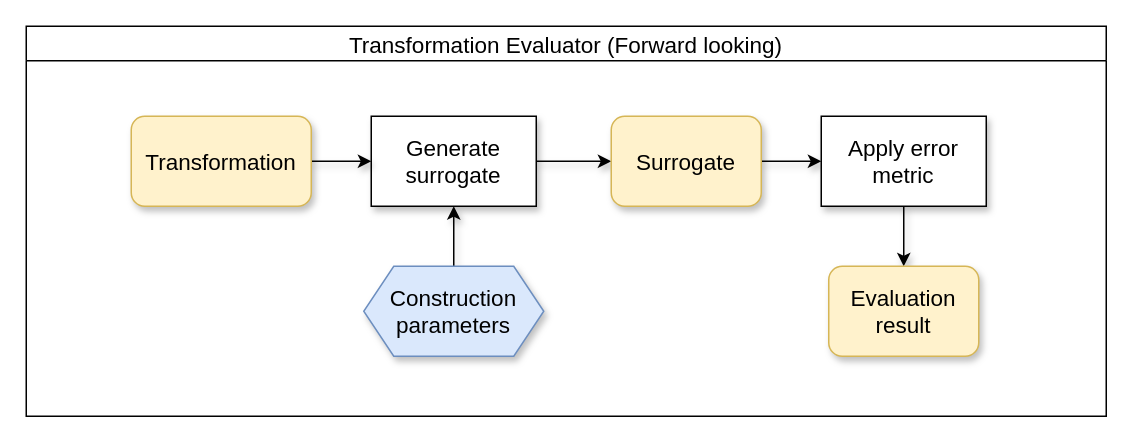
Above: graphics/TransformationEval.drawio in crschnick/Master-Thesis (draw.io), before the change. Source tidied: cells renumbered, new cells numbered last; positions are measured from the earlier drawing's top-left corner, leaving out a move shared by most shapes. Both pictures are drawn from the tidied source at 150%, with x=0, y=0 at pixel (26, 26).
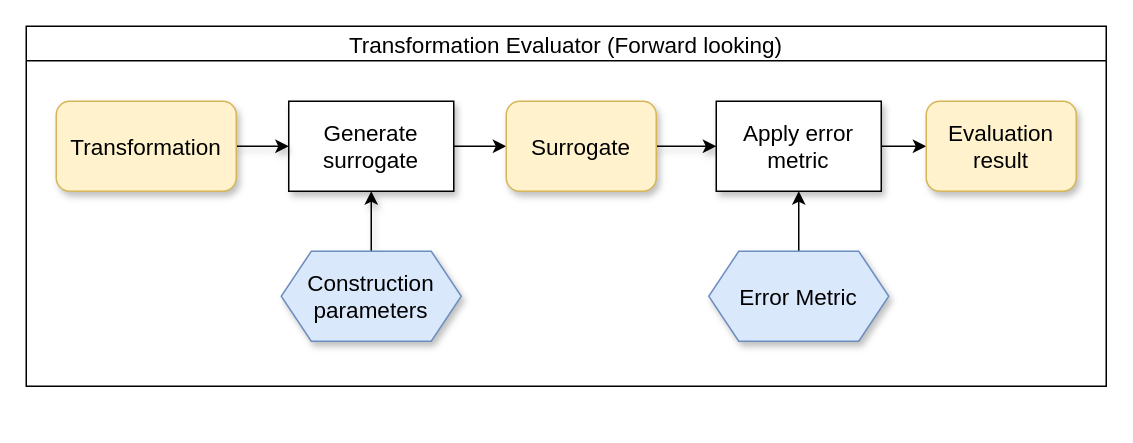
Above is the later version.

Diff of the diagram source:
```diff
@@
 <mxGraphModel>
   <root>
     <mxCell id="0" />
     <mxCell id="1" parent="0" />
     <mxCell id="2" value="Transformation Evaluator (Forward looking)" style="swimlane;sketch=0;startSize=23;fontSize=15;fontStyle=0;" parent="1" vertex="1">
-      <mxGeometry width="720" height="260" as="geometry" />
+      <mxGeometry width="720" height="240" as="geometry" />
     </mxCell>
-    <mxCell id="3" style="edgeStyle=orthogonalEdgeStyle;rounded=0;jettySize=auto;html=1;entryX=0;entryY=0.5;entryDx=0;entryDy=0;fontSize=15;shadow=1;" parent="2" edge="1" source="4" target="8">
+    <mxCell id="3" style="edgeStyle=orthogonalEdgeStyle;rounded=0;jettySize=auto;html=1;entryX=0;entryY=0.5;entryDx=0;entryDy=0;" parent="2" edge="1" source="4" target="8">
       <mxGeometry relative="1" as="geometry" />
     </mxCell>
     <mxCell id="4" value="Generate surrogate" style="rounded=0;whiteSpace=wrap;html=1;sketch=0;fontSize=15;shadow=1;" parent="2" vertex="1">
-      <mxGeometry x="230" y="60" width="110" height="60" as="geometry" />
+      <mxGeometry x="175" y="50" width="110" height="60" as="geometry" />
     </mxCell>
     <mxCell id="5" style="edgeStyle=orthogonalEdgeStyle;rounded=0;jettySize=auto;html=1;entryX=0;entryY=0.5;entryDx=0;entryDy=0;fontSize=15;shadow=1;" parent="2" edge="1" source="6" target="4">
       <mxGeometry relative="1" as="geometry" />
     </mxCell>
     <mxCell id="6" value="&lt;font style=&quot;font-size: 15px;&quot;&gt;Transformation&lt;/font&gt;" style="rounded=1;whiteSpace=wrap;html=1;sketch=0;fontSize=15;fillColor=#fff2cc;strokeColor=#d6b656;shadow=1;" parent="2" vertex="1">
-      <mxGeometry x="70" y="60" width="120" height="60" as="geometry" />
+      <mxGeometry x="20" y="50" width="120" height="60" as="geometry" />
     </mxCell>
     <mxCell id="7" style="edgeStyle=orthogonalEdgeStyle;rounded=0;jettySize=auto;html=1;entryX=0;entryY=0.5;entryDx=0;entryDy=0;fontSize=15;shadow=1;" parent="2" edge="1" source="8" target="10">
       <mxGeometry relative="1" as="geometry" />
     </mxCell>
     <mxCell id="8" value="&lt;font style=&quot;font-size: 15px;&quot;&gt;Surrogate&lt;/font&gt;" style="rounded=1;whiteSpace=wrap;html=1;sketch=0;fontSize=15;fillColor=#fff2cc;strokeColor=#d6b656;shadow=1;" parent="2" vertex="1">
-      <mxGeometry x="390" y="60" width="100" height="60" as="geometry" />
+      <mxGeometry x="320" y="50" width="100" height="60" as="geometry" />
     </mxCell>
-    <mxCell id="9" style="edgeStyle=orthogonalEdgeStyle;rounded=0;jettySize=auto;html=1;entryX=0.5;entryY=0;entryDx=0;entryDy=0;fontSize=15;shadow=1;" parent="2" edge="1" source="10" target="11">
+    <mxCell id="9" style="edgeStyle=orthogonalEdgeStyle;rounded=0;jettySize=auto;html=1;entryX=0;entryY=0.5;entryDx=0;entryDy=0;" parent="2" edge="1" source="10" target="11">
       <mxGeometry relative="1" as="geometry" />
     </mxCell>
     <mxCell id="10" value="Apply error metric" style="rounded=0;whiteSpace=wrap;html=1;sketch=0;fontSize=15;shadow=1;" parent="2" vertex="1">
-      <mxGeometry x="530" y="60" width="110" height="60" as="geometry" />
+      <mxGeometry x="460" y="50" width="110" height="60" as="geometry" />
     </mxCell>
     <mxCell id="11" value="&lt;font style=&quot;font-size: 15px&quot;&gt;Evaluation result&lt;/font&gt;" style="rounded=1;whiteSpace=wrap;html=1;sketch=0;fontSize=15;fillColor=#fff2cc;strokeColor=#d6b656;shadow=1;" parent="2" vertex="1">
-      <mxGeometry x="535" y="160" width="100" height="60" as="geometry" />
+      <mxGeometry x="600" y="50" width="100" height="60" as="geometry" />
     </mxCell>
     <mxCell id="12" style="edgeStyle=orthogonalEdgeStyle;rounded=0;jettySize=auto;html=1;entryX=0.5;entryY=1;entryDx=0;entryDy=0;fontSize=15;shadow=1;" parent="2" edge="1" source="13" target="4">
       <mxGeometry relative="1" as="geometry" />
     </mxCell>
     <mxCell id="13" value="&lt;span&gt;Construction&lt;/span&gt;&lt;br&gt;&lt;span&gt;parameters&lt;/span&gt;" style="shape=hexagon;perimeter=hexagonPerimeter2;whiteSpace=wrap;html=1;fixedSize=1;fontSize=15;fillColor=#dae8fc;strokeColor=#6c8ebf;shadow=1;" parent="2" vertex="1">
-      <mxGeometry x="225" y="160" width="120" height="60" as="geometry" />
+      <mxGeometry x="170" y="150" width="120" height="60" as="geometry" />
     </mxCell>
+    <mxCell id="14" style="edgeStyle=orthogonalEdgeStyle;rounded=0;jettySize=auto;html=1;" parent="2" edge="1" source="15" target="10">
+      <mxGeometry relative="1" as="geometry" />
+    </mxCell>
+    <mxCell id="15" value="Error Metric" style="shape=hexagon;perimeter=hexagonPerimeter2;whiteSpace=wrap;html=1;fixedSize=1;fontSize=15;fillColor=#dae8fc;strokeColor=#6c8ebf;shadow=1;" parent="2" vertex="1">
+      <mxGeometry x="455" y="150" width="120" height="60" as="geometry" />
+    </mxCell>
   </root>
 </mxGraphModel>
```
